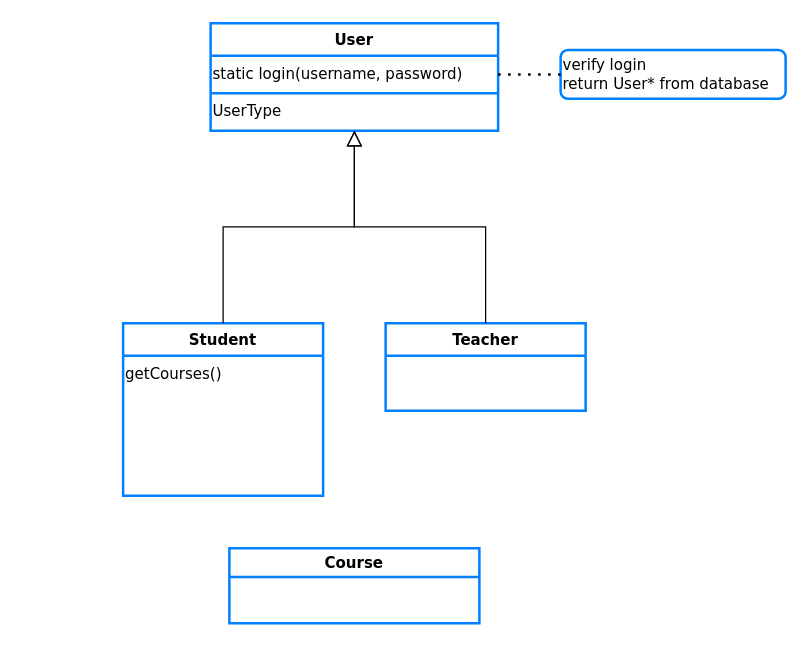
Before: SEhw2.drawio in PtilopsisL/drawio, a draw.io diagram. Source tidied: cells renumbered, new cells numbered last; positions are measured from the earlier drawing's top-left corner, leaving out a move shared by most shapes. Both pictures are drawn from the tidied source at 125%, with x=0, y=0 at pixel (122, 22).
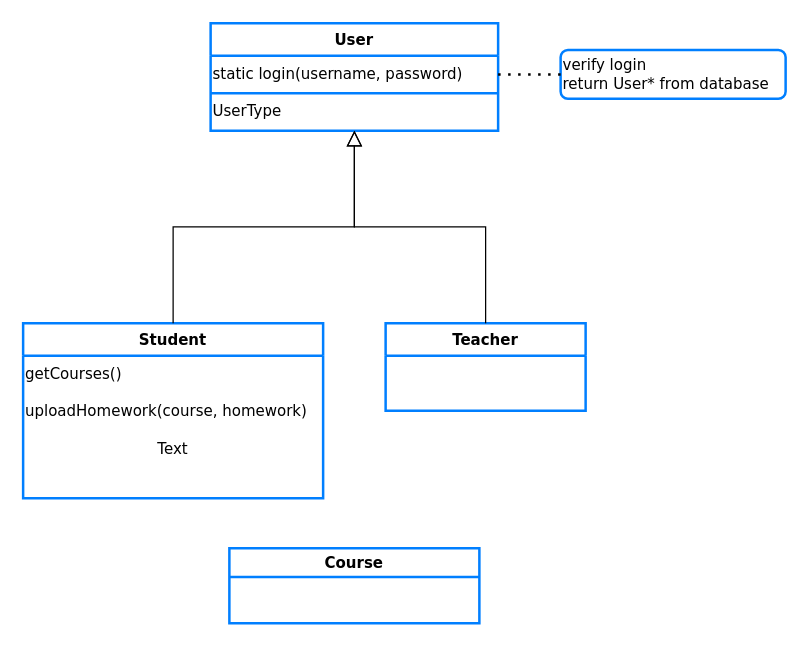
The same page after the edit.

What changed in the source:
```diff
@@
 <mxGraphModel>
   <root>
     <mxCell id="0" />
     <mxCell id="1" parent="0" />
     <mxCell id="2" value="User" style="swimlane;fontStyle=1;align=center;verticalAlign=top;horizontal=1;startSize=26;rounded=0;shadow=0;strokeWidth=2;fontFamily=Verdana;strokeColor=#007FFF;" parent="1" vertex="1">
       <mxGeometry x="70" width="230" height="86" as="geometry" />
     </mxCell>
     <mxCell id="3" value="static login(username, password)" style="text;html=1;strokeColor=none;fillColor=none;align=left;verticalAlign=middle;whiteSpace=wrap;rounded=0;fontFamily=Verdana;" parent="2" vertex="1">
       <mxGeometry y="26" width="230" height="30" as="geometry" />
     </mxCell>
     <mxCell id="4" value="UserType" style="text;html=1;strokeColor=none;fillColor=none;align=left;verticalAlign=middle;whiteSpace=wrap;rounded=0;fontFamily=Verdana;" parent="2" vertex="1">
       <mxGeometry y="56" width="230" height="30" as="geometry" />
     </mxCell>
     <mxCell id="5" style="endArrow=none;html=1;rounded=0;fontFamily=Verdana;strokeColor=#007FFF;strokeWidth=2;exitX=0;exitY=0;exitDx=0;exitDy=0;entryX=1;entryY=0;entryDx=0;entryDy=0;" parent="2" edge="1" source="4" target="4">
       <mxGeometry relative="1" as="geometry" />
     </mxCell>
     <mxCell id="6" value="Student" style="swimlane;fontStyle=1;align=center;verticalAlign=top;horizontal=1;startSize=26;rounded=0;shadow=0;strokeWidth=2;strokeColor=#007FFF;fontFamily=Verdana;" parent="1" vertex="1">
-      <mxGeometry y="240" width="160" height="138" as="geometry" />
+      <mxGeometry x="-80" y="240" width="240" height="140" as="geometry" />
     </mxCell>
     <mxCell id="7" value="getCourses()" style="text;html=1;strokeColor=none;fillColor=none;align=left;verticalAlign=middle;whiteSpace=wrap;rounded=0;fontFamily=Verdana;" parent="6" vertex="1">
-      <mxGeometry y="26" width="160" height="30" as="geometry" />
+      <mxGeometry y="26" width="240" height="30" as="geometry" />
     </mxCell>
+    <mxCell id="14" value="&lt;font face=&quot;Verdana&quot;&gt;uploadHomework(course, homework)&lt;/font&gt;" style="text;html=1;strokeColor=none;fillColor=none;align=left;verticalAlign=middle;whiteSpace=wrap;rounded=0;" parent="6" vertex="1">
+      <mxGeometry y="56" width="240" height="30" as="geometry" />
+    </mxCell>
+    <mxCell id="15" value="Text" style="text;html=1;strokeColor=none;fillColor=none;align=center;verticalAlign=middle;whiteSpace=wrap;rounded=0;fontFamily=Verdana;" parent="6" vertex="1">
+      <mxGeometry y="86" width="240" height="30" as="geometry" />
+    </mxCell>
     <mxCell id="8" style="endArrow=block;endSize=10;endFill=0;shadow=0;strokeWidth=1;rounded=0;edgeStyle=elbowEdgeStyle;elbow=vertical;" parent="1" edge="1" source="6" target="2">
       <mxGeometry relative="1" as="geometry" />
     </mxCell>
     <mxCell id="9" value="Teacher" style="swimlane;fontStyle=1;align=center;verticalAlign=top;horizontal=1;startSize=26;rounded=0;shadow=0;strokeWidth=2;strokeColor=#007FFF;fontFamily=Verdana;" parent="1" vertex="1">
       <mxGeometry x="210" y="240" width="160" height="70" as="geometry" />
     </mxCell>
     <mxCell id="10" style="endArrow=block;endSize=10;endFill=0;shadow=0;strokeWidth=1;rounded=0;edgeStyle=elbowEdgeStyle;elbow=vertical;" parent="1" edge="1" source="9" target="2">
       <mxGeometry relative="1" as="geometry" />
     </mxCell>
     <mxCell id="11" value="verify login&lt;br&gt;return User* from database" style="rounded=1;whiteSpace=wrap;html=1;fontFamily=Verdana;strokeColor=#007FFF;strokeWidth=2;align=left;" parent="1" vertex="1">
       <mxGeometry x="350" y="21.5" width="180" height="39" as="geometry" />
     </mxCell>
     <mxCell id="12" style="endArrow=none;dashed=1;html=1;dashPattern=1 3;strokeWidth=2;rounded=0;fontFamily=Verdana;entryX=0;entryY=0.5;entryDx=0;entryDy=0;" parent="1" edge="1" source="3" target="11">
       <mxGeometry relative="1" as="geometry" />
     </mxCell>
     <mxCell id="13" value="Course" style="swimlane;fontFamily=Verdana;strokeColor=#007FFF;strokeWidth=2;" parent="1" vertex="1">
       <mxGeometry x="85" y="420" width="200" height="60" as="geometry" />
     </mxCell>
   </root>
 </mxGraphModel>
```
